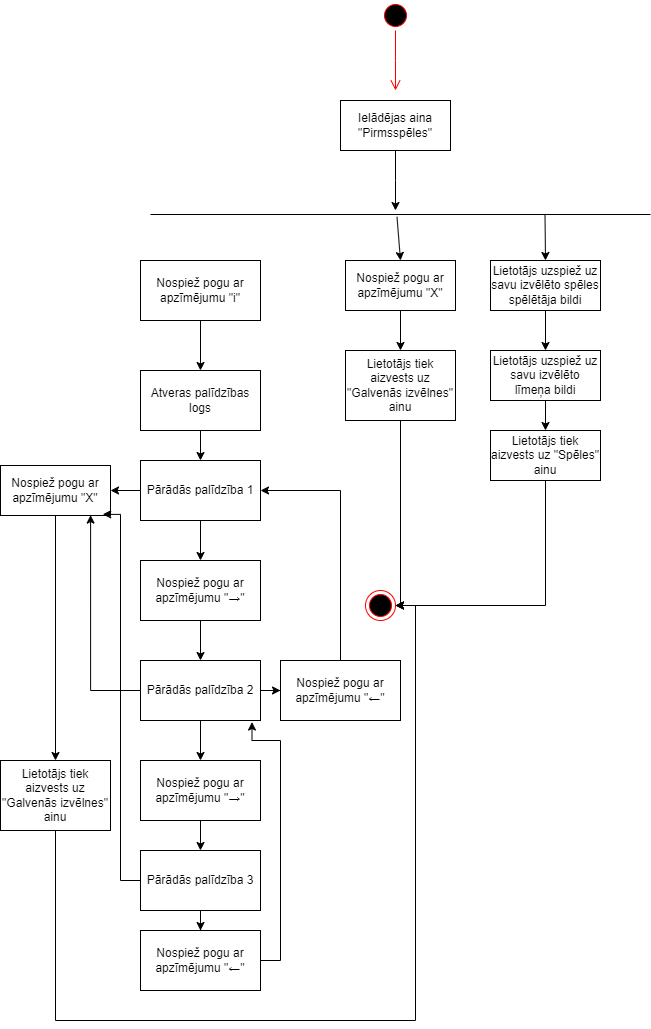
Before: Diagrammas/Activitates_P.png, a diagram exported from draw.io (GNarvils/ScoreStorm). Source tidied: cells renumbered, new cells last; positions are measured from the earlier drawing's top-left corner, leaving out a move shared by most shapes.
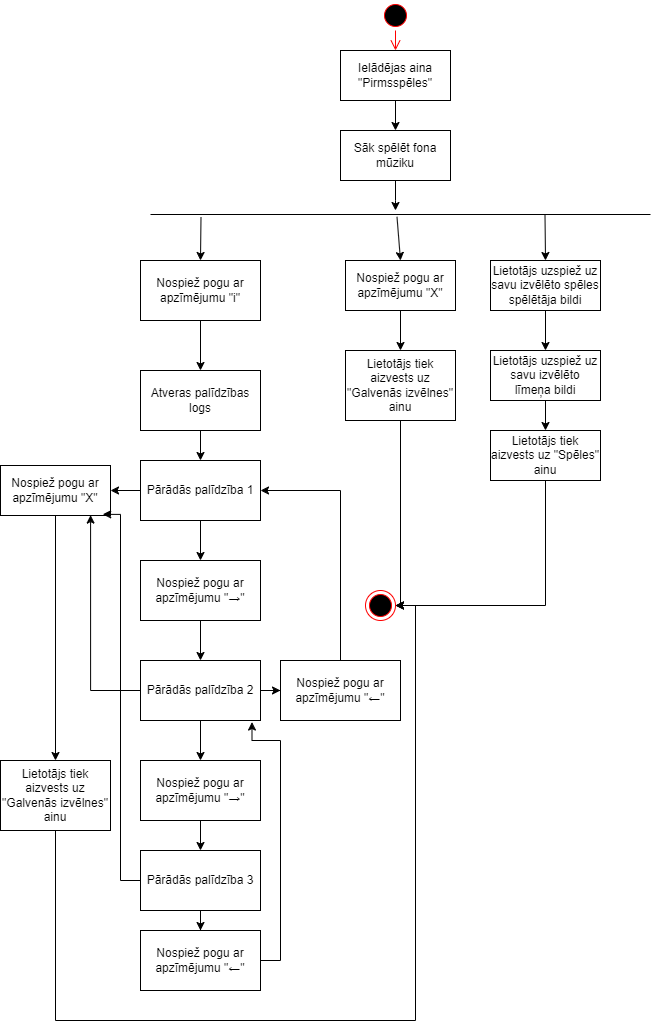
The same file after the commit.

What changed in the source:
```diff
@@ -5,18 +5,16 @@
     <mxCell id="2" style="ellipse;html=1;shape=startState;fillColor=#000000;strokeColor=#ff0000;" parent="1" vertex="1">
       <mxGeometry x="380" width="30" height="30" as="geometry" />
     </mxCell>
-    <mxCell id="3" style="edgeStyle=orthogonalEdgeStyle;html=1;verticalAlign=bottom;endArrow=open;endSize=8;strokeColor=#ff0000;rounded=0;" parent="1" edge="1" source="2">
-      <mxGeometry relative="1" as="geometry">
-        <mxPoint x="395" y="90" as="targetPoint" />
-      </mxGeometry>
+    <mxCell id="3" style="edgeStyle=orthogonalEdgeStyle;html=1;verticalAlign=bottom;endArrow=open;endSize=8;strokeColor=#ff0000;rounded=0;entryX=0.5;entryY=0;entryDx=0;entryDy=0;" parent="1" edge="1" source="2" target="5">
+      <mxGeometry relative="1" as="geometry" />
     </mxCell>
-    <mxCell id="4" style="edgeStyle=orthogonalEdgeStyle;rounded=0;jettySize=auto;html=1;" parent="1" edge="1" source="5">
+    <mxCell id="4" style="edgeStyle=orthogonalEdgeStyle;rounded=0;jettySize=auto;html=1;" parent="1" edge="1" source="47">
       <mxGeometry relative="1" as="geometry">
         <mxPoint x="395" y="210" as="targetPoint" />
       </mxGeometry>
     </mxCell>
     <mxCell id="5" value="Ielādējas aina &quot;Pirmsspēles&quot;" style="html=1;whiteSpace=wrap;" parent="1" vertex="1">
-      <mxGeometry x="340" y="100" width="110" height="50" as="geometry" />
+      <mxGeometry x="340" y="50" width="110" height="50" as="geometry" />
     </mxCell>
     <mxCell id="6" style="line;strokeWidth=1;fillColor=none;align=left;verticalAlign=middle;spacingTop=-1;spacingLeft=3;spacingRight=3;labelPosition=right;points=[];portConstraint=eastwest;strokeColor=inherit;" parent="1" vertex="1">
       <mxGeometry x="150" y="210" width="500" height="8" as="geometry" />
@@ -167,5 +165,16 @@
     <mxCell id="45" value="Nospiež pogu ar apzīmējumu &quot;←&quot;" style="rounded=0;whiteSpace=wrap;html=1;" parent="1" vertex="1">
       <mxGeometry x="140" y="930" width="120" height="60" as="geometry" />
     </mxCell>
+    <mxCell id="46" style="edgeStyle=orthogonalEdgeStyle;rounded=0;jettySize=auto;html=1;" parent="1" edge="1" source="5" target="47">
+      <mxGeometry relative="1" as="geometry" />
+    </mxCell>
+    <mxCell id="47" value="Sāk spēlēt fona mūziku" style="html=1;whiteSpace=wrap;" parent="1" vertex="1">
+      <mxGeometry x="340" y="130" width="110" height="50" as="geometry" />
+    </mxCell>
+    <mxCell id="48" style="edgeStyle=orthogonalEdgeStyle;rounded=0;jettySize=auto;html=1;exitX=0.101;exitY=0.875;exitDx=0;exitDy=0;exitPerimeter=0;" parent="1" edge="1" source="6">
+      <mxGeometry relative="1" as="geometry">
+        <mxPoint x="200" y="260" as="targetPoint" />
+      </mxGeometry>
+    </mxCell>
   </root>
 </mxGraphModel>
```
